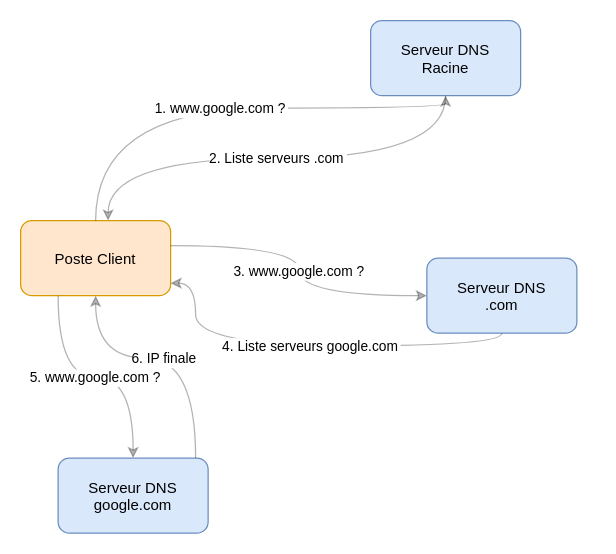
The draw.io diagram diagrams/requetes_dns_iterative.drawio in choquitofrito/ActiveDirectory, before the edit. Source tidied: cells renumbered, new cells numbered last; positions are measured from the earlier drawing's top-left corner, leaving out a move shared by most shapes. Both pictures are drawn from the tidied source at 125%, with x=0, y=0 at pixel (20, 20).
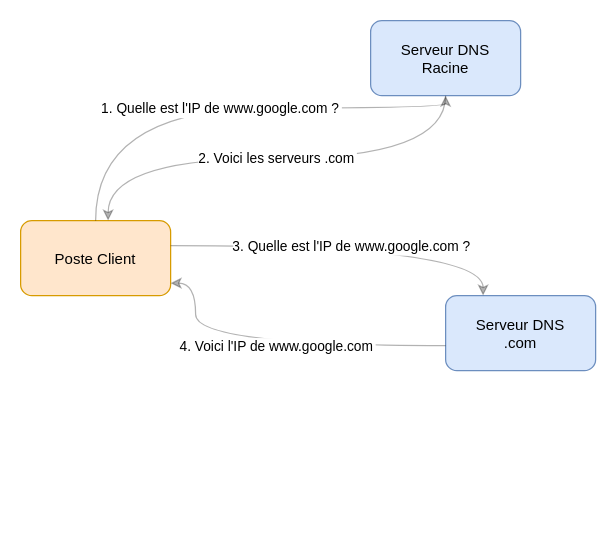
After the change.

Unchanged cells that the change refers to:
```xml
<mxCell id="2" value="Poste Client" style="rounded=1;fillColor=#ffe6cc;strokeColor=#d79b00;" parent="1" vertex="1">
  <mxGeometry y="160" width="120" height="60" as="geometry" />
</mxCell>
<mxCell id="3" value="Serveur DNS&#10;Racine" style="rounded=1;fillColor=#dae8fc;strokeColor=#6c8ebf;" parent="1" vertex="1">
  <mxGeometry x="280" width="120" height="60" as="geometry" />
</mxCell>
```

Change to the diagram source:
```diff
@@
     <mxCell id="4" value="Serveur DNS&#10;.com" style="rounded=1;fillColor=#dae8fc;strokeColor=#6c8ebf;" parent="1" vertex="1">
-      <mxGeometry x="325" y="190" width="120" height="60" as="geometry" />
+      <mxGeometry x="340" y="220" width="120" height="60" as="geometry" />
     </mxCell>
-    <mxCell id="5" value="Serveur DNS&#10;google.com" style="rounded=1;fillColor=#dae8fc;strokeColor=#6c8ebf;" parent="1" vertex="1">
-      <mxGeometry x="30" y="350" width="120" height="60" as="geometry" />
-    </mxCell>
-    <mxCell id="6" value="1. www.google.com ?" style="edgeStyle=orthogonalEdgeStyle;curved=1;opacity=30;" parent="1" edge="1" source="2" target="3">
+    <mxCell id="6" value="1. Quelle est l'IP de www.google.com ?" style="edgeStyle=orthogonalEdgeStyle;curved=1;opacity=30;" parent="1" edge="1" source="2" target="3">
       <mxGeometry relative="1" as="geometry">
         <Array as="points">
           <mxPoint x="60" y="70" />
           <mxPoint x="340" y="70" />
         </Array>
       </mxGeometry>
     </mxCell>
-    <mxCell id="7" value="2. Liste serveurs .com" style="edgeStyle=orthogonalEdgeStyle;curved=1;opacity=30;" parent="1" edge="1" source="3" target="2">
+    <mxCell id="7" value="2. Voici les serveurs .com" style="edgeStyle=orthogonalEdgeStyle;curved=1;opacity=30;" parent="1" edge="1" source="3" target="2">
       <mxGeometry relative="1" as="geometry">
         <Array as="points">
           <mxPoint x="340" y="110" />
           <mxPoint x="70" y="110" />
         </Array>
       </mxGeometry>
     </mxCell>
-    <mxCell id="8" value="3. www.google.com ?" style="edgeStyle=orthogonalEdgeStyle;curved=1;opacity=30;" parent="1" edge="1" source="2" target="4">
+    <mxCell id="8" value="3. Quelle est l'IP de www.google.com ?" style="edgeStyle=orthogonalEdgeStyle;curved=1;opacity=30;" parent="1" edge="1" source="2" target="4">
       <mxGeometry relative="1" as="geometry">
         <Array as="points">
-          <mxPoint x="223" y="180" />
-          <mxPoint x="223" y="220" />
+          <mxPoint x="370" y="180" />
         </Array>
       </mxGeometry>
     </mxCell>
-    <mxCell id="9" value="4. Liste serveurs google.com" style="edgeStyle=orthogonalEdgeStyle;curved=1;opacity=30;" parent="1" edge="1" source="4" target="2">
+    <mxCell id="9" value="4. Voici l'IP de www.google.com" style="edgeStyle=orthogonalEdgeStyle;curved=1;opacity=30;" parent="1" edge="1" source="4" target="2">
       <mxGeometry relative="1" as="geometry">
         <Array as="points">
           <mxPoint x="385" y="260" />
           <mxPoint x="140" y="260" />
           <mxPoint x="140" y="210" />
         </Array>
       </mxGeometry>
     </mxCell>
-    <mxCell id="10" value="5. www.google.com ?" style="edgeStyle=orthogonalEdgeStyle;curved=1;opacity=30;" parent="1" edge="1" source="2" target="5">
-      <mxGeometry relative="1" as="geometry">
-        <Array as="points">
-          <mxPoint x="30" y="285" />
-          <mxPoint x="90" y="285" />
-        </Array>
-      </mxGeometry>
-    </mxCell>
-    <mxCell id="11" value="6. IP finale" style="edgeStyle=orthogonalEdgeStyle;curved=1;opacity=30;" parent="1" edge="1" source="5" target="2">
-      <mxGeometry relative="1" as="geometry">
-        <Array as="points">
-          <mxPoint x="140" y="270" />
-        </Array>
-      </mxGeometry>
-    </mxCell>
```
